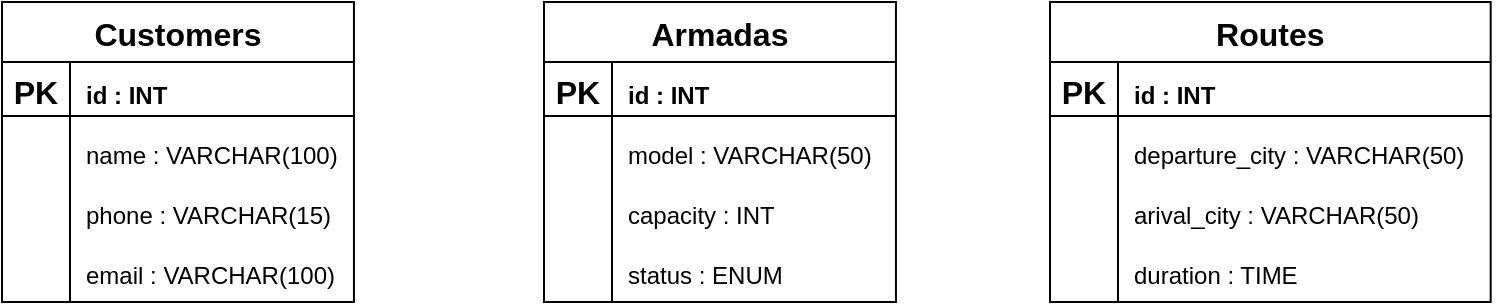
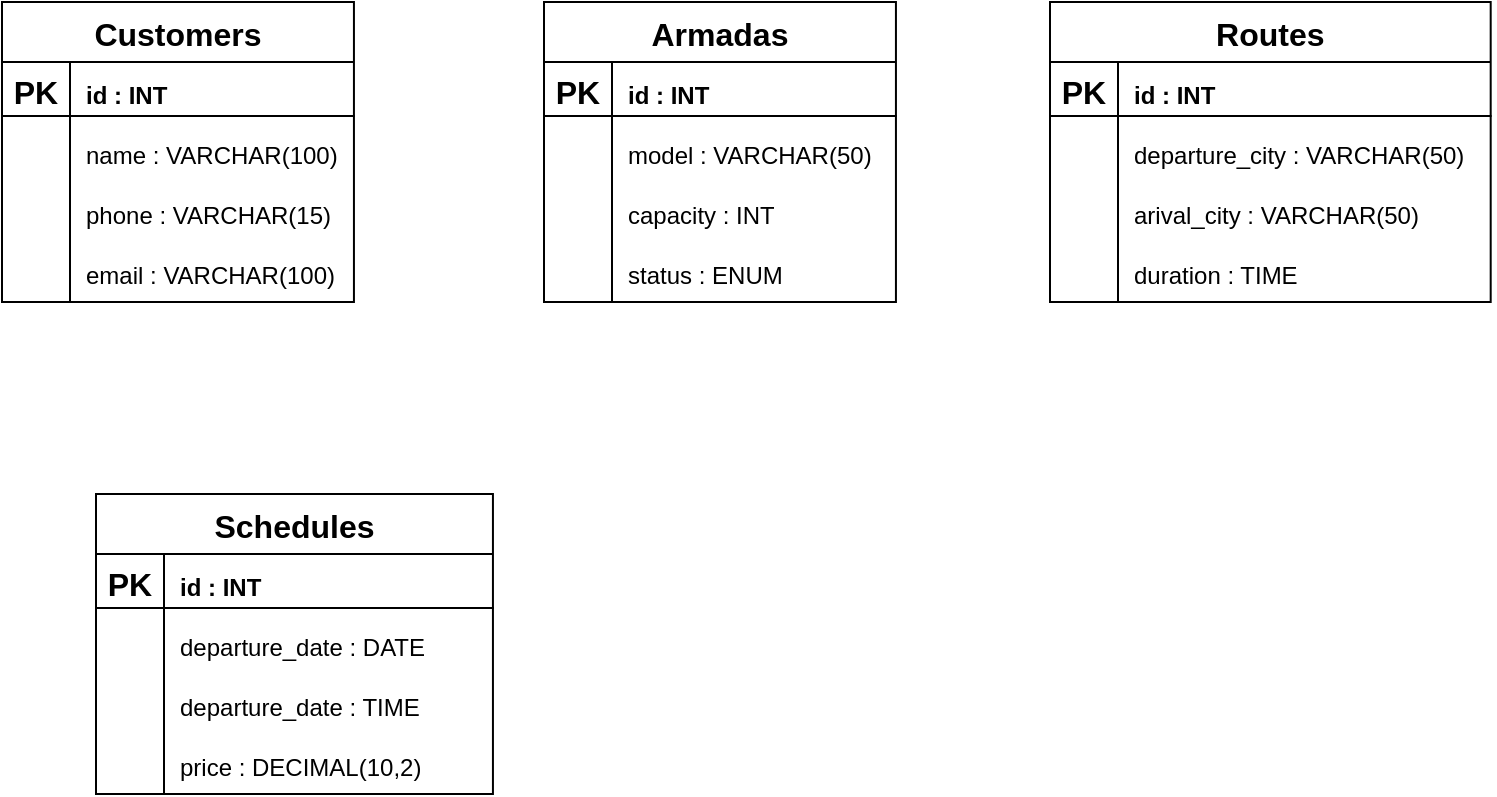
<mxfile host="Electron">
  <diagram name="Page-1" id="kJ8Mc6y_ZzB0DB1dgNBE">
    <mxGraphModel dx="1019" dy="602" grid="0" gridSize="10" guides="1" tooltips="1" connect="1" arrows="1" fold="1" page="1" pageScale="1" pageWidth="1169" pageHeight="827" background="#ffffff" math="0" shadow="0">
      <root>
        <mxCell id="0" />
        <mxCell id="1" parent="0" />
        <mxCell id="spA_d-TOyame6YQLWrdW-179" parent="1" style="shape=table;startSize=30;container=1;collapsible=0;childLayout=tableLayout;fixedRows=1;rowLines=0;fontStyle=1;strokeColor=#000000;fontSize=16;fontColor=#000000;fillColor=#FFFFFF;" value="Customers" vertex="1">
          <mxGeometry height="150" width="175.9722609747027" x="104" y="78" as="geometry" />
        </mxCell>
        <mxCell id="spA_d-TOyame6YQLWrdW-180" parent="spA_d-TOyame6YQLWrdW-179" style="shape=tableRow;horizontal=0;startSize=0;swimlaneHead=0;swimlaneBody=0;top=0;left=0;bottom=0;right=0;collapsible=0;dropTarget=0;fillColor=none;points=[[0,0.5],[1,0.5]];portConstraint=eastwest;strokeColor=inherit;fontSize=16;" value="" vertex="1">
          <mxGeometry height="30" width="175.9722609747027" y="30" as="geometry" />
        </mxCell>
        <mxCell id="spA_d-TOyame6YQLWrdW-181" parent="spA_d-TOyame6YQLWrdW-180" style="shape=partialRectangle;html=1;whiteSpace=wrap;connectable=0;fillColor=none;top=0;left=0;bottom=0;right=0;overflow=hidden;pointerEvents=1;strokeColor=#000000;fontSize=16;fontColor=#000000;" value="&lt;b&gt;PK&lt;/b&gt;" vertex="1">
          <mxGeometry height="30" width="34" as="geometry">
            <mxRectangle height="30" width="34" as="alternateBounds" />
          </mxGeometry>
        </mxCell>
        <mxCell id="spA_d-TOyame6YQLWrdW-182" parent="spA_d-TOyame6YQLWrdW-180" style="shape=partialRectangle;html=1;whiteSpace=wrap;connectable=0;fillColor=none;top=0;left=0;bottom=0;right=0;align=left;spacingLeft=6;overflow=hidden;strokeColor=#000000;fontSize=16;fontColor=#000000;" value="&lt;font style=&quot;font-size: 12px;&quot;&gt;&lt;b&gt;id : INT&lt;/b&gt;&lt;/font&gt;" vertex="1">
          <mxGeometry height="30" width="142" x="34" as="geometry">
            <mxRectangle height="30" width="142" as="alternateBounds" />
          </mxGeometry>
        </mxCell>
        <mxCell id="spA_d-TOyame6YQLWrdW-183" parent="spA_d-TOyame6YQLWrdW-179" style="shape=tableRow;horizontal=0;startSize=0;swimlaneHead=0;swimlaneBody=0;top=0;left=0;bottom=0;right=0;collapsible=0;dropTarget=0;fillColor=none;points=[[0,0.5],[1,0.5]];portConstraint=eastwest;strokeColor=inherit;fontSize=16;" value="" vertex="1">
          <mxGeometry height="30" width="175.9722609747027" y="60" as="geometry" />
        </mxCell>
        <mxCell id="spA_d-TOyame6YQLWrdW-184" parent="spA_d-TOyame6YQLWrdW-183" style="shape=partialRectangle;html=1;whiteSpace=wrap;connectable=0;fillColor=none;top=0;left=0;bottom=0;right=0;overflow=hidden;strokeColor=inherit;fontSize=16;fontColor=#000000;" value="" vertex="1">
          <mxGeometry height="30" width="34" as="geometry">
            <mxRectangle height="30" width="34" as="alternateBounds" />
          </mxGeometry>
        </mxCell>
        <mxCell id="spA_d-TOyame6YQLWrdW-185" parent="spA_d-TOyame6YQLWrdW-183" style="shape=partialRectangle;html=1;whiteSpace=wrap;connectable=0;fillColor=none;top=0;left=0;bottom=0;right=0;align=left;spacingLeft=6;overflow=hidden;strokeColor=inherit;fontSize=16;fontColor=#000000;" value="&lt;span style=&quot;color: rgb(0, 0, 0); font-size: 12px;&quot;&gt;name :&amp;nbsp;&lt;/span&gt;&lt;span style=&quot;color: rgb(0, 0, 0); font-size: 12px; text-align: center;&quot;&gt;VARCHAR(100)&lt;/span&gt;" vertex="1">
          <mxGeometry height="30" width="142" x="34" as="geometry">
            <mxRectangle height="30" width="142" as="alternateBounds" />
          </mxGeometry>
        </mxCell>
        <mxCell id="spA_d-TOyame6YQLWrdW-186" parent="spA_d-TOyame6YQLWrdW-179" style="shape=tableRow;horizontal=0;startSize=0;swimlaneHead=0;swimlaneBody=0;top=0;left=0;bottom=0;right=0;collapsible=0;dropTarget=0;fillColor=none;points=[[0,0.5],[1,0.5]];portConstraint=eastwest;strokeColor=inherit;fontSize=16;" value="" vertex="1">
          <mxGeometry height="30" width="175.9722609747027" y="90" as="geometry" />
        </mxCell>
        <mxCell id="spA_d-TOyame6YQLWrdW-187" parent="spA_d-TOyame6YQLWrdW-186" style="shape=partialRectangle;html=1;whiteSpace=wrap;connectable=0;fillColor=none;top=0;left=0;bottom=0;right=0;overflow=hidden;strokeColor=inherit;fontSize=16;fontColor=#000000;" value="" vertex="1">
          <mxGeometry height="30" width="34" as="geometry">
            <mxRectangle height="30" width="34" as="alternateBounds" />
          </mxGeometry>
        </mxCell>
        <mxCell id="spA_d-TOyame6YQLWrdW-188" parent="spA_d-TOyame6YQLWrdW-186" style="shape=partialRectangle;html=1;whiteSpace=wrap;connectable=0;fillColor=none;top=0;left=0;bottom=0;right=0;align=left;spacingLeft=6;overflow=hidden;strokeColor=inherit;fontSize=16;fontColor=#000000;" value="&lt;span style=&quot;color: rgb(0, 0, 0); font-size: 12px;&quot;&gt;phone :&amp;nbsp;&lt;/span&gt;&lt;span style=&quot;color: rgb(0, 0, 0); font-size: 12px; text-align: center;&quot;&gt;VARCHAR(15)&lt;/span&gt;" vertex="1">
          <mxGeometry height="30" width="142" x="34" as="geometry">
            <mxRectangle height="30" width="142" as="alternateBounds" />
          </mxGeometry>
        </mxCell>
        <mxCell id="Xo8xpW6T9qOqPY2RvKqo-4" parent="spA_d-TOyame6YQLWrdW-179" style="shape=tableRow;horizontal=0;startSize=0;swimlaneHead=0;swimlaneBody=0;top=0;left=0;bottom=0;right=0;collapsible=0;dropTarget=0;fillColor=none;points=[[0,0.5],[1,0.5]];portConstraint=eastwest;strokeColor=inherit;fontSize=16;" value="" vertex="1">
          <mxGeometry height="30" width="175.9722609747027" y="120" as="geometry" />
        </mxCell>
        <mxCell id="Xo8xpW6T9qOqPY2RvKqo-5" parent="Xo8xpW6T9qOqPY2RvKqo-4" style="shape=partialRectangle;html=1;whiteSpace=wrap;connectable=0;fillColor=none;top=0;left=0;bottom=0;right=0;overflow=hidden;strokeColor=inherit;fontSize=16;fontColor=#000000;" value="" vertex="1">
          <mxGeometry height="30" width="34" as="geometry">
            <mxRectangle height="30" width="34" as="alternateBounds" />
          </mxGeometry>
        </mxCell>
        <mxCell id="Xo8xpW6T9qOqPY2RvKqo-6" parent="Xo8xpW6T9qOqPY2RvKqo-4" style="shape=partialRectangle;html=1;whiteSpace=wrap;connectable=0;fillColor=none;top=0;left=0;bottom=0;right=0;align=left;spacingLeft=6;overflow=hidden;strokeColor=inherit;fontSize=16;fontColor=#000000;" value="&lt;span style=&quot;color: rgb(0, 0, 0); font-size: 12px;&quot;&gt;email :&amp;nbsp;&lt;/span&gt;&lt;span style=&quot;color: rgb(0, 0, 0); font-size: 12px; text-align: center;&quot;&gt;VARCHAR(100)&lt;/span&gt;" vertex="1">
          <mxGeometry height="30" width="142" x="34" as="geometry">
            <mxRectangle height="30" width="142" as="alternateBounds" />
          </mxGeometry>
        </mxCell>
        <mxCell id="Xo8xpW6T9qOqPY2RvKqo-3" edge="1" parent="spA_d-TOyame6YQLWrdW-179" source="spA_d-TOyame6YQLWrdW-180" style="endArrow=none;html=1;rounded=0;strokeColor=#000000;entryX=1.002;entryY=0.898;entryDx=0;entryDy=0;entryPerimeter=0;exitX=0;exitY=0.9;exitDx=0;exitDy=0;exitPerimeter=0;" target="spA_d-TOyame6YQLWrdW-180" value="">
          <mxGeometry height="50" relative="1" width="50" as="geometry">
            <mxPoint x="72" y="102" as="sourcePoint" />
            <mxPoint x="122" y="52" as="targetPoint" />
          </mxGeometry>
        </mxCell>
        <mxCell id="Xo8xpW6T9qOqPY2RvKqo-7" parent="1" style="shape=table;startSize=30;container=1;collapsible=0;childLayout=tableLayout;fixedRows=1;rowLines=0;fontStyle=1;strokeColor=#000000;fontSize=16;fontColor=#000000;fillColor=#FFFFFF;" value="Armadas" vertex="1">
          <mxGeometry height="150" width="175.9722609747027" x="375" y="78" as="geometry" />
        </mxCell>
        <mxCell id="Xo8xpW6T9qOqPY2RvKqo-8" parent="Xo8xpW6T9qOqPY2RvKqo-7" style="shape=tableRow;horizontal=0;startSize=0;swimlaneHead=0;swimlaneBody=0;top=0;left=0;bottom=0;right=0;collapsible=0;dropTarget=0;fillColor=none;points=[[0,0.5],[1,0.5]];portConstraint=eastwest;strokeColor=inherit;fontSize=16;" value="" vertex="1">
          <mxGeometry height="30" width="175.9722609747027" y="30" as="geometry" />
        </mxCell>
        <mxCell id="Xo8xpW6T9qOqPY2RvKqo-9" parent="Xo8xpW6T9qOqPY2RvKqo-8" style="shape=partialRectangle;html=1;whiteSpace=wrap;connectable=0;fillColor=none;top=0;left=0;bottom=0;right=0;overflow=hidden;pointerEvents=1;strokeColor=#000000;fontSize=16;fontColor=#000000;" value="&lt;b&gt;PK&lt;/b&gt;" vertex="1">
          <mxGeometry height="30" width="34" as="geometry">
            <mxRectangle height="30" width="34" as="alternateBounds" />
          </mxGeometry>
        </mxCell>
        <mxCell id="Xo8xpW6T9qOqPY2RvKqo-10" parent="Xo8xpW6T9qOqPY2RvKqo-8" style="shape=partialRectangle;html=1;whiteSpace=wrap;connectable=0;fillColor=none;top=0;left=0;bottom=0;right=0;align=left;spacingLeft=6;overflow=hidden;strokeColor=#000000;fontSize=16;fontColor=#000000;" value="&lt;font style=&quot;font-size: 12px;&quot;&gt;&lt;b&gt;id : INT&lt;/b&gt;&lt;/font&gt;" vertex="1">
          <mxGeometry height="30" width="142" x="34" as="geometry">
            <mxRectangle height="30" width="142" as="alternateBounds" />
          </mxGeometry>
        </mxCell>
        <mxCell id="Xo8xpW6T9qOqPY2RvKqo-11" parent="Xo8xpW6T9qOqPY2RvKqo-7" style="shape=tableRow;horizontal=0;startSize=0;swimlaneHead=0;swimlaneBody=0;top=0;left=0;bottom=0;right=0;collapsible=0;dropTarget=0;fillColor=none;points=[[0,0.5],[1,0.5]];portConstraint=eastwest;strokeColor=inherit;fontSize=16;" value="" vertex="1">
          <mxGeometry height="30" width="175.9722609747027" y="60" as="geometry" />
        </mxCell>
        <mxCell id="Xo8xpW6T9qOqPY2RvKqo-12" parent="Xo8xpW6T9qOqPY2RvKqo-11" style="shape=partialRectangle;html=1;whiteSpace=wrap;connectable=0;fillColor=none;top=0;left=0;bottom=0;right=0;overflow=hidden;strokeColor=inherit;fontSize=16;fontColor=#000000;" value="" vertex="1">
          <mxGeometry height="30" width="34" as="geometry">
            <mxRectangle height="30" width="34" as="alternateBounds" />
          </mxGeometry>
        </mxCell>
        <mxCell id="Xo8xpW6T9qOqPY2RvKqo-13" parent="Xo8xpW6T9qOqPY2RvKqo-11" style="shape=partialRectangle;html=1;whiteSpace=wrap;connectable=0;fillColor=none;top=0;left=0;bottom=0;right=0;align=left;spacingLeft=6;overflow=hidden;strokeColor=inherit;fontSize=16;fontColor=#000000;" value="&lt;font color=&quot;#000000&quot;&gt;&lt;span style=&quot;font-size: 12px;&quot;&gt;model : VARCHAR(50)&lt;/span&gt;&lt;/font&gt;" vertex="1">
          <mxGeometry height="30" width="142" x="34" as="geometry">
            <mxRectangle height="30" width="142" as="alternateBounds" />
          </mxGeometry>
        </mxCell>
        <mxCell id="Xo8xpW6T9qOqPY2RvKqo-14" parent="Xo8xpW6T9qOqPY2RvKqo-7" style="shape=tableRow;horizontal=0;startSize=0;swimlaneHead=0;swimlaneBody=0;top=0;left=0;bottom=0;right=0;collapsible=0;dropTarget=0;fillColor=none;points=[[0,0.5],[1,0.5]];portConstraint=eastwest;strokeColor=inherit;fontSize=16;" value="" vertex="1">
          <mxGeometry height="30" width="175.9722609747027" y="90" as="geometry" />
        </mxCell>
        <mxCell id="Xo8xpW6T9qOqPY2RvKqo-15" parent="Xo8xpW6T9qOqPY2RvKqo-14" style="shape=partialRectangle;html=1;whiteSpace=wrap;connectable=0;fillColor=none;top=0;left=0;bottom=0;right=0;overflow=hidden;strokeColor=inherit;fontSize=16;fontColor=#000000;" value="" vertex="1">
          <mxGeometry height="30" width="34" as="geometry">
            <mxRectangle height="30" width="34" as="alternateBounds" />
          </mxGeometry>
        </mxCell>
        <mxCell id="Xo8xpW6T9qOqPY2RvKqo-16" parent="Xo8xpW6T9qOqPY2RvKqo-14" style="shape=partialRectangle;html=1;whiteSpace=wrap;connectable=0;fillColor=none;top=0;left=0;bottom=0;right=0;align=left;spacingLeft=6;overflow=hidden;strokeColor=inherit;fontSize=16;fontColor=#000000;" value="&lt;div style=&quot;text-align: center;&quot;&gt;&lt;span style=&quot;color: rgb(0, 0, 0); font-size: 12px; background-color: transparent;&quot;&gt;capacity : INT&lt;/span&gt;&lt;/div&gt;" vertex="1">
          <mxGeometry height="30" width="142" x="34" as="geometry">
            <mxRectangle height="30" width="142" as="alternateBounds" />
          </mxGeometry>
        </mxCell>
        <mxCell id="Xo8xpW6T9qOqPY2RvKqo-17" parent="Xo8xpW6T9qOqPY2RvKqo-7" style="shape=tableRow;horizontal=0;startSize=0;swimlaneHead=0;swimlaneBody=0;top=0;left=0;bottom=0;right=0;collapsible=0;dropTarget=0;fillColor=none;points=[[0,0.5],[1,0.5]];portConstraint=eastwest;strokeColor=inherit;fontSize=16;" value="" vertex="1">
          <mxGeometry height="30" width="175.9722609747027" y="120" as="geometry" />
        </mxCell>
        <mxCell id="Xo8xpW6T9qOqPY2RvKqo-18" parent="Xo8xpW6T9qOqPY2RvKqo-17" style="shape=partialRectangle;html=1;whiteSpace=wrap;connectable=0;fillColor=none;top=0;left=0;bottom=0;right=0;overflow=hidden;strokeColor=inherit;fontSize=16;fontColor=#000000;" value="" vertex="1">
          <mxGeometry height="30" width="34" as="geometry">
            <mxRectangle height="30" width="34" as="alternateBounds" />
          </mxGeometry>
        </mxCell>
        <mxCell id="Xo8xpW6T9qOqPY2RvKqo-19" parent="Xo8xpW6T9qOqPY2RvKqo-17" style="shape=partialRectangle;html=1;whiteSpace=wrap;connectable=0;fillColor=none;top=0;left=0;bottom=0;right=0;align=left;spacingLeft=6;overflow=hidden;strokeColor=inherit;fontSize=16;fontColor=#000000;" value="&lt;span style=&quot;color: rgb(0, 0, 0); font-size: 12px;&quot;&gt;status :&amp;nbsp;&lt;/span&gt;&lt;span style=&quot;color: rgb(0, 0, 0); font-size: 12px; text-align: center;&quot;&gt;ENUM&lt;/span&gt;" vertex="1">
          <mxGeometry height="30" width="142" x="34" as="geometry">
            <mxRectangle height="30" width="142" as="alternateBounds" />
          </mxGeometry>
        </mxCell>
        <mxCell id="Xo8xpW6T9qOqPY2RvKqo-20" edge="1" parent="Xo8xpW6T9qOqPY2RvKqo-7" source="Xo8xpW6T9qOqPY2RvKqo-8" style="endArrow=none;html=1;rounded=0;strokeColor=#000000;entryX=1.002;entryY=0.898;entryDx=0;entryDy=0;entryPerimeter=0;exitX=0;exitY=0.9;exitDx=0;exitDy=0;exitPerimeter=0;" target="Xo8xpW6T9qOqPY2RvKqo-8" value="">
          <mxGeometry height="50" relative="1" width="50" as="geometry">
            <mxPoint x="72" y="102" as="sourcePoint" />
            <mxPoint x="122" y="52" as="targetPoint" />
          </mxGeometry>
        </mxCell>
        <mxCell id="Xo8xpW6T9qOqPY2RvKqo-21" parent="1" style="shape=table;startSize=30;container=1;collapsible=0;childLayout=tableLayout;fixedRows=1;rowLines=0;fontStyle=1;strokeColor=#000000;fontSize=16;fontColor=#000000;fillColor=#FFFFFF;" value="Routes" vertex="1">
          <mxGeometry height="150" width="220.34746442522356" x="628" y="78" as="geometry" />
        </mxCell>
        <mxCell id="Xo8xpW6T9qOqPY2RvKqo-22" parent="Xo8xpW6T9qOqPY2RvKqo-21" style="shape=tableRow;horizontal=0;startSize=0;swimlaneHead=0;swimlaneBody=0;top=0;left=0;bottom=0;right=0;collapsible=0;dropTarget=0;fillColor=none;points=[[0,0.5],[1,0.5]];portConstraint=eastwest;strokeColor=inherit;fontSize=16;" value="" vertex="1">
          <mxGeometry height="30" width="220.34746442522356" y="30" as="geometry" />
        </mxCell>
        <mxCell id="Xo8xpW6T9qOqPY2RvKqo-23" parent="Xo8xpW6T9qOqPY2RvKqo-22" style="shape=partialRectangle;html=1;whiteSpace=wrap;connectable=0;fillColor=none;top=0;left=0;bottom=0;right=0;overflow=hidden;pointerEvents=1;strokeColor=#000000;fontSize=16;fontColor=#000000;" value="&lt;b&gt;PK&lt;/b&gt;" vertex="1">
          <mxGeometry height="30" width="34" as="geometry">
            <mxRectangle height="30" width="34" as="alternateBounds" />
          </mxGeometry>
        </mxCell>
        <mxCell id="Xo8xpW6T9qOqPY2RvKqo-24" parent="Xo8xpW6T9qOqPY2RvKqo-22" style="shape=partialRectangle;html=1;whiteSpace=wrap;connectable=0;fillColor=none;top=0;left=0;bottom=0;right=0;align=left;spacingLeft=6;overflow=hidden;strokeColor=#000000;fontSize=16;fontColor=#000000;" value="&lt;font style=&quot;font-size: 12px;&quot;&gt;&lt;b&gt;id : INT&lt;/b&gt;&lt;/font&gt;" vertex="1">
          <mxGeometry height="30" width="186" x="34" as="geometry">
            <mxRectangle height="30" width="186" as="alternateBounds" />
          </mxGeometry>
        </mxCell>
        <mxCell id="Xo8xpW6T9qOqPY2RvKqo-25" parent="Xo8xpW6T9qOqPY2RvKqo-21" style="shape=tableRow;horizontal=0;startSize=0;swimlaneHead=0;swimlaneBody=0;top=0;left=0;bottom=0;right=0;collapsible=0;dropTarget=0;fillColor=none;points=[[0,0.5],[1,0.5]];portConstraint=eastwest;strokeColor=inherit;fontSize=16;" value="" vertex="1">
          <mxGeometry height="30" width="220.34746442522356" y="60" as="geometry" />
        </mxCell>
        <mxCell id="Xo8xpW6T9qOqPY2RvKqo-26" parent="Xo8xpW6T9qOqPY2RvKqo-25" style="shape=partialRectangle;html=1;whiteSpace=wrap;connectable=0;fillColor=none;top=0;left=0;bottom=0;right=0;overflow=hidden;strokeColor=inherit;fontSize=16;fontColor=#000000;" value="" vertex="1">
          <mxGeometry height="30" width="34" as="geometry">
            <mxRectangle height="30" width="34" as="alternateBounds" />
          </mxGeometry>
        </mxCell>
        <mxCell id="Xo8xpW6T9qOqPY2RvKqo-27" parent="Xo8xpW6T9qOqPY2RvKqo-25" style="shape=partialRectangle;html=1;whiteSpace=wrap;connectable=0;fillColor=none;top=0;left=0;bottom=0;right=0;align=left;spacingLeft=6;overflow=hidden;strokeColor=inherit;fontSize=16;fontColor=#000000;" value="&lt;font color=&quot;#000000&quot;&gt;&lt;span style=&quot;font-size: 12px;&quot;&gt;departure_city : VARCHAR(50)&lt;/span&gt;&lt;/font&gt;" vertex="1">
          <mxGeometry height="30" width="186" x="34" as="geometry">
            <mxRectangle height="30" width="186" as="alternateBounds" />
          </mxGeometry>
        </mxCell>
        <mxCell id="Xo8xpW6T9qOqPY2RvKqo-28" parent="Xo8xpW6T9qOqPY2RvKqo-21" style="shape=tableRow;horizontal=0;startSize=0;swimlaneHead=0;swimlaneBody=0;top=0;left=0;bottom=0;right=0;collapsible=0;dropTarget=0;fillColor=none;points=[[0,0.5],[1,0.5]];portConstraint=eastwest;strokeColor=inherit;fontSize=16;" value="" vertex="1">
          <mxGeometry height="30" width="220.34746442522356" y="90" as="geometry" />
        </mxCell>
        <mxCell id="Xo8xpW6T9qOqPY2RvKqo-29" parent="Xo8xpW6T9qOqPY2RvKqo-28" style="shape=partialRectangle;html=1;whiteSpace=wrap;connectable=0;fillColor=none;top=0;left=0;bottom=0;right=0;overflow=hidden;strokeColor=inherit;fontSize=16;fontColor=#000000;" value="" vertex="1">
          <mxGeometry height="30" width="34" as="geometry">
            <mxRectangle height="30" width="34" as="alternateBounds" />
          </mxGeometry>
        </mxCell>
        <mxCell id="Xo8xpW6T9qOqPY2RvKqo-30" parent="Xo8xpW6T9qOqPY2RvKqo-28" style="shape=partialRectangle;html=1;whiteSpace=wrap;connectable=0;fillColor=none;top=0;left=0;bottom=0;right=0;align=left;spacingLeft=6;overflow=hidden;strokeColor=inherit;fontSize=16;fontColor=#000000;" value="&lt;div style=&quot;text-align: center;&quot;&gt;&lt;span style=&quot;color: rgb(0, 0, 0); font-size: 12px; background-color: transparent;&quot;&gt;arival_city : VARCHAR(50)&lt;/span&gt;&lt;/div&gt;" vertex="1">
          <mxGeometry height="30" width="186" x="34" as="geometry">
            <mxRectangle height="30" width="186" as="alternateBounds" />
          </mxGeometry>
        </mxCell>
        <mxCell id="Xo8xpW6T9qOqPY2RvKqo-31" parent="Xo8xpW6T9qOqPY2RvKqo-21" style="shape=tableRow;horizontal=0;startSize=0;swimlaneHead=0;swimlaneBody=0;top=0;left=0;bottom=0;right=0;collapsible=0;dropTarget=0;fillColor=none;points=[[0,0.5],[1,0.5]];portConstraint=eastwest;strokeColor=inherit;fontSize=16;" value="" vertex="1">
          <mxGeometry height="30" width="220.34746442522356" y="120" as="geometry" />
        </mxCell>
        <mxCell id="Xo8xpW6T9qOqPY2RvKqo-32" parent="Xo8xpW6T9qOqPY2RvKqo-31" style="shape=partialRectangle;html=1;whiteSpace=wrap;connectable=0;fillColor=none;top=0;left=0;bottom=0;right=0;overflow=hidden;strokeColor=inherit;fontSize=16;fontColor=#000000;" value="" vertex="1">
          <mxGeometry height="30" width="34" as="geometry">
            <mxRectangle height="30" width="34" as="alternateBounds" />
          </mxGeometry>
        </mxCell>
        <mxCell id="Xo8xpW6T9qOqPY2RvKqo-33" parent="Xo8xpW6T9qOqPY2RvKqo-31" style="shape=partialRectangle;html=1;whiteSpace=wrap;connectable=0;fillColor=none;top=0;left=0;bottom=0;right=0;align=left;spacingLeft=6;overflow=hidden;strokeColor=inherit;fontSize=16;fontColor=#000000;" value="&lt;div style=&quot;text-align: center;&quot;&gt;&lt;span style=&quot;color: rgb(0, 0, 0); font-size: 12px; background-color: transparent;&quot;&gt;duration : TIME&lt;/span&gt;&lt;/div&gt;" vertex="1">
          <mxGeometry height="30" width="186" x="34" as="geometry">
            <mxRectangle height="30" width="186" as="alternateBounds" />
          </mxGeometry>
        </mxCell>
        <mxCell id="Xo8xpW6T9qOqPY2RvKqo-34" edge="1" parent="Xo8xpW6T9qOqPY2RvKqo-21" source="Xo8xpW6T9qOqPY2RvKqo-22" style="endArrow=none;html=1;rounded=0;strokeColor=#000000;entryX=1.002;entryY=0.898;entryDx=0;entryDy=0;entryPerimeter=0;exitX=0;exitY=0.9;exitDx=0;exitDy=0;exitPerimeter=0;" target="Xo8xpW6T9qOqPY2RvKqo-22" value="">
          <mxGeometry height="50" relative="1" width="50" as="geometry">
            <mxPoint x="72" y="102" as="sourcePoint" />
            <mxPoint x="122" y="52" as="targetPoint" />
          </mxGeometry>
        </mxCell>
+         <mxCell id="Xo8xpW6T9qOqPY2RvKqo-49" parent="1" style="shape=table;startSize=30;container=1;collapsible=0;childLayout=tableLayout;fixedRows=1;rowLines=0;fontStyle=1;strokeColor=#000000;fontSize=16;fontColor=#000000;fillColor=#FFFFFF;" value="Schedules" vertex="1">
+           <mxGeometry height="150" width="198.47246442522373" x="151" y="324" as="geometry" />
+         </mxCell>
+         <mxCell id="Xo8xpW6T9qOqPY2RvKqo-50" parent="Xo8xpW6T9qOqPY2RvKqo-49" style="shape=tableRow;horizontal=0;startSize=0;swimlaneHead=0;swimlaneBody=0;top=0;left=0;bottom=0;right=0;collapsible=0;dropTarget=0;fillColor=none;points=[[0,0.5],[1,0.5]];portConstraint=eastwest;strokeColor=inherit;fontSize=16;" value="" vertex="1">
+           <mxGeometry height="30" width="198.47246442522373" y="30" as="geometry" />
+         </mxCell>
+         <mxCell id="Xo8xpW6T9qOqPY2RvKqo-51" parent="Xo8xpW6T9qOqPY2RvKqo-50" style="shape=partialRectangle;html=1;whiteSpace=wrap;connectable=0;fillColor=none;top=0;left=0;bottom=0;right=0;overflow=hidden;pointerEvents=1;strokeColor=#000000;fontSize=16;fontColor=#000000;" value="&lt;b&gt;PK&lt;/b&gt;" vertex="1">
+           <mxGeometry height="30" width="34" as="geometry">
+             <mxRectangle height="30" width="34" as="alternateBounds" />
+           </mxGeometry>
+         </mxCell>
+         <mxCell id="Xo8xpW6T9qOqPY2RvKqo-52" parent="Xo8xpW6T9qOqPY2RvKqo-50" style="shape=partialRectangle;html=1;whiteSpace=wrap;connectable=0;fillColor=none;top=0;left=0;bottom=0;right=0;align=left;spacingLeft=6;overflow=hidden;strokeColor=#000000;fontSize=16;fontColor=#000000;" value="&lt;font style=&quot;font-size: 12px;&quot;&gt;&lt;b&gt;id : INT&lt;/b&gt;&lt;/font&gt;" vertex="1">
+           <mxGeometry height="30" width="164" x="34" as="geometry">
+             <mxRectangle height="30" width="164" as="alternateBounds" />
+           </mxGeometry>
+         </mxCell>
+         <mxCell id="Xo8xpW6T9qOqPY2RvKqo-53" parent="Xo8xpW6T9qOqPY2RvKqo-49" style="shape=tableRow;horizontal=0;startSize=0;swimlaneHead=0;swimlaneBody=0;top=0;left=0;bottom=0;right=0;collapsible=0;dropTarget=0;fillColor=none;points=[[0,0.5],[1,0.5]];portConstraint=eastwest;strokeColor=inherit;fontSize=16;" value="" vertex="1">
+           <mxGeometry height="30" width="198.47246442522373" y="60" as="geometry" />
+         </mxCell>
+         <mxCell id="Xo8xpW6T9qOqPY2RvKqo-54" parent="Xo8xpW6T9qOqPY2RvKqo-53" style="shape=partialRectangle;html=1;whiteSpace=wrap;connectable=0;fillColor=none;top=0;left=0;bottom=0;right=0;overflow=hidden;strokeColor=inherit;fontSize=16;fontColor=#000000;" value="" vertex="1">
+           <mxGeometry height="30" width="34" as="geometry">
+             <mxRectangle height="30" width="34" as="alternateBounds" />
+           </mxGeometry>
+         </mxCell>
+         <mxCell id="Xo8xpW6T9qOqPY2RvKqo-55" parent="Xo8xpW6T9qOqPY2RvKqo-53" style="shape=partialRectangle;html=1;whiteSpace=wrap;connectable=0;fillColor=none;top=0;left=0;bottom=0;right=0;align=left;spacingLeft=6;overflow=hidden;strokeColor=inherit;fontSize=16;fontColor=#000000;" value="&lt;font color=&quot;#000000&quot;&gt;&lt;span style=&quot;font-size: 12px;&quot;&gt;departure_date : DATE&lt;/span&gt;&lt;/font&gt;" vertex="1">
+           <mxGeometry height="30" width="164" x="34" as="geometry">
+             <mxRectangle height="30" width="164" as="alternateBounds" />
+           </mxGeometry>
+         </mxCell>
+         <mxCell id="Xo8xpW6T9qOqPY2RvKqo-56" parent="Xo8xpW6T9qOqPY2RvKqo-49" style="shape=tableRow;horizontal=0;startSize=0;swimlaneHead=0;swimlaneBody=0;top=0;left=0;bottom=0;right=0;collapsible=0;dropTarget=0;fillColor=none;points=[[0,0.5],[1,0.5]];portConstraint=eastwest;strokeColor=inherit;fontSize=16;" value="" vertex="1">
+           <mxGeometry height="30" width="198.47246442522373" y="90" as="geometry" />
+         </mxCell>
+         <mxCell id="Xo8xpW6T9qOqPY2RvKqo-57" parent="Xo8xpW6T9qOqPY2RvKqo-56" style="shape=partialRectangle;html=1;whiteSpace=wrap;connectable=0;fillColor=none;top=0;left=0;bottom=0;right=0;overflow=hidden;strokeColor=inherit;fontSize=16;fontColor=#000000;" value="" vertex="1">
+           <mxGeometry height="30" width="34" as="geometry">
+             <mxRectangle height="30" width="34" as="alternateBounds" />
+           </mxGeometry>
+         </mxCell>
+         <mxCell id="Xo8xpW6T9qOqPY2RvKqo-58" parent="Xo8xpW6T9qOqPY2RvKqo-56" style="shape=partialRectangle;html=1;whiteSpace=wrap;connectable=0;fillColor=none;top=0;left=0;bottom=0;right=0;align=left;spacingLeft=6;overflow=hidden;strokeColor=inherit;fontSize=16;fontColor=#000000;" value="&lt;div style=&quot;text-align: center;&quot;&gt;&lt;span style=&quot;color: rgb(0, 0, 0); font-size: 12px; background-color: transparent;&quot;&gt;&lt;span style=&quot;background-color: transparent; text-align: left;&quot;&gt;departure_date&lt;/span&gt;&amp;nbsp;: TIME&lt;/span&gt;&lt;/div&gt;" vertex="1">
+           <mxGeometry height="30" width="164" x="34" as="geometry">
+             <mxRectangle height="30" width="164" as="alternateBounds" />
+           </mxGeometry>
+         </mxCell>
+         <mxCell id="Xo8xpW6T9qOqPY2RvKqo-59" parent="Xo8xpW6T9qOqPY2RvKqo-49" style="shape=tableRow;horizontal=0;startSize=0;swimlaneHead=0;swimlaneBody=0;top=0;left=0;bottom=0;right=0;collapsible=0;dropTarget=0;fillColor=none;points=[[0,0.5],[1,0.5]];portConstraint=eastwest;strokeColor=inherit;fontSize=16;" value="" vertex="1">
+           <mxGeometry height="30" width="198.47246442522373" y="120" as="geometry" />
+         </mxCell>
+         <mxCell id="Xo8xpW6T9qOqPY2RvKqo-60" parent="Xo8xpW6T9qOqPY2RvKqo-59" style="shape=partialRectangle;html=1;whiteSpace=wrap;connectable=0;fillColor=none;top=0;left=0;bottom=0;right=0;overflow=hidden;strokeColor=inherit;fontSize=16;fontColor=#000000;" value="" vertex="1">
+           <mxGeometry height="30" width="34" as="geometry">
+             <mxRectangle height="30" width="34" as="alternateBounds" />
+           </mxGeometry>
+         </mxCell>
+         <mxCell id="Xo8xpW6T9qOqPY2RvKqo-61" parent="Xo8xpW6T9qOqPY2RvKqo-59" style="shape=partialRectangle;html=1;whiteSpace=wrap;connectable=0;fillColor=none;top=0;left=0;bottom=0;right=0;align=left;spacingLeft=6;overflow=hidden;strokeColor=inherit;fontSize=16;fontColor=#000000;" value="&lt;div style=&quot;text-align: center;&quot;&gt;&lt;span style=&quot;color: rgb(0, 0, 0); font-size: 12px; background-color: transparent;&quot;&gt;price : DECIMAL(10,2)&lt;/span&gt;&lt;/div&gt;" vertex="1">
+           <mxGeometry height="30" width="164" x="34" as="geometry">
+             <mxRectangle height="30" width="164" as="alternateBounds" />
+           </mxGeometry>
+         </mxCell>
+         <mxCell id="Xo8xpW6T9qOqPY2RvKqo-62" edge="1" parent="Xo8xpW6T9qOqPY2RvKqo-49" source="Xo8xpW6T9qOqPY2RvKqo-50" style="endArrow=none;html=1;rounded=0;strokeColor=#000000;entryX=1.002;entryY=0.898;entryDx=0;entryDy=0;entryPerimeter=0;exitX=0;exitY=0.9;exitDx=0;exitDy=0;exitPerimeter=0;" target="Xo8xpW6T9qOqPY2RvKqo-50" value="">
+           <mxGeometry height="50" relative="1" width="50" as="geometry">
+             <mxPoint x="72" y="102" as="sourcePoint" />
+             <mxPoint x="122" y="52" as="targetPoint" />
+           </mxGeometry>
+         </mxCell>
      </root>
    </mxGraphModel>
  </diagram>
</mxfile>
